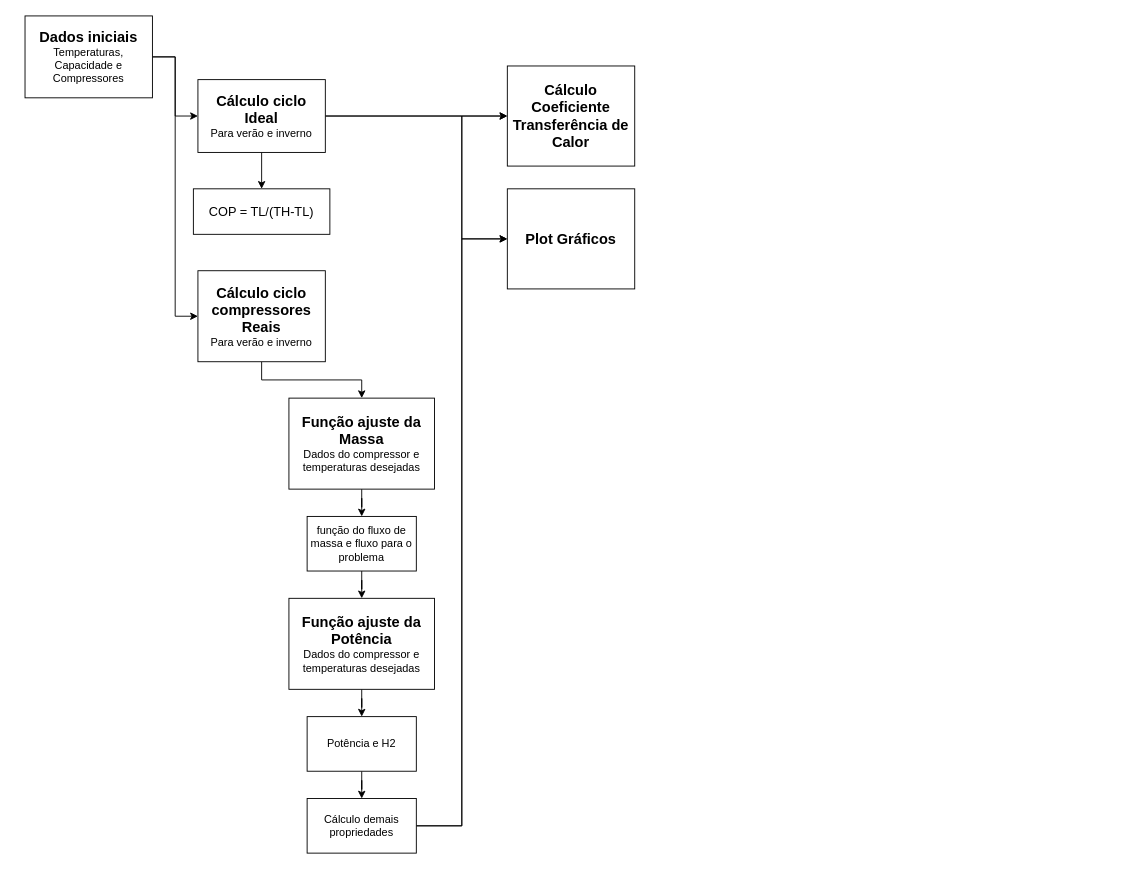
xXHeySisterXx/REF_Trabalhos keeps this draw.io diagram as Trab02/Diagrama/diagrama_calculos.drawio. Above is the earlier version. Source tidied: cells renumbered, new cells numbered last; positions are measured from the earlier drawing's top-left corner, leaving out a move shared by most shapes. Both pictures are drawn from the tidied source at 91%, with x=0, y=0 at pixel (25, 15).
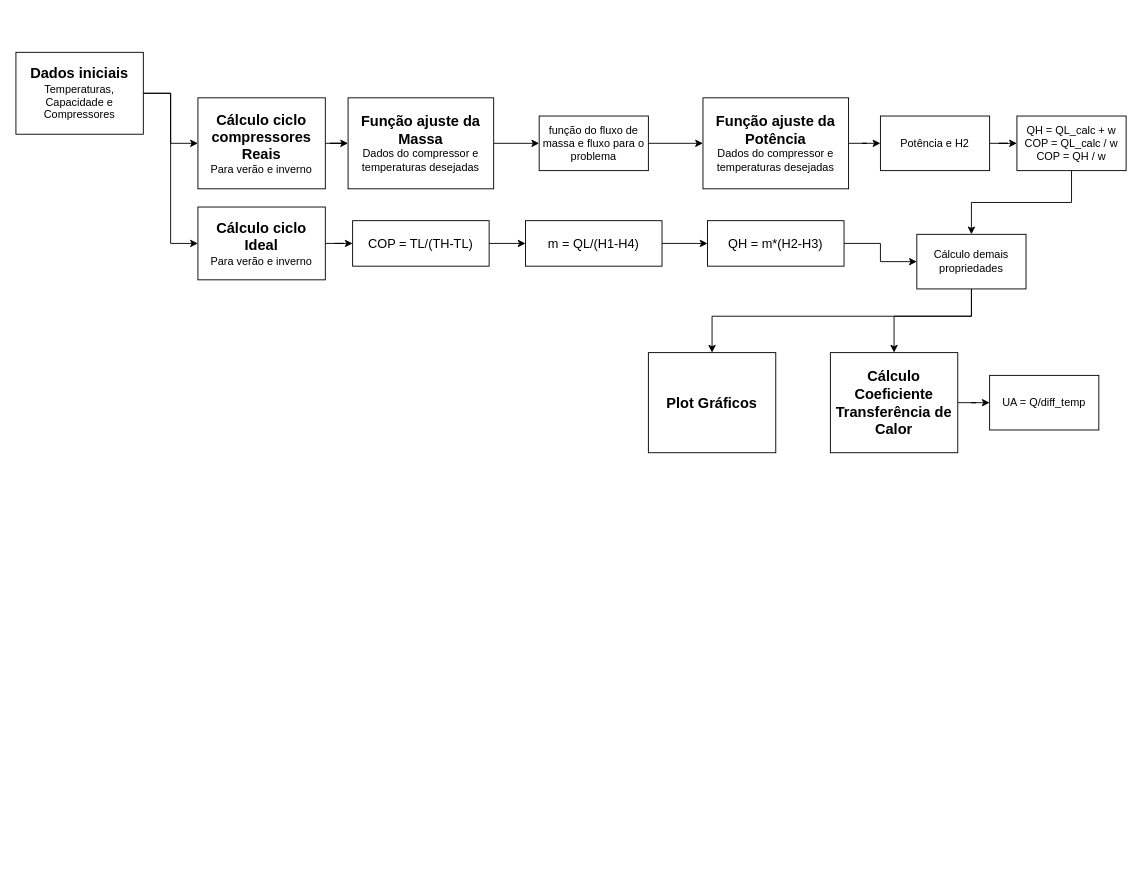
The same diagram, later.

Diff of the diagram source:
```diff
@@
+    <mxCell id="3" style="edgeStyle=orthogonalEdgeStyle;rounded=0;jettySize=auto;html=1;entryX=0;entryY=0.5;entryDx=0;entryDy=0;" parent="1" edge="1" source="4" target="11">
+      <mxGeometry relative="1" as="geometry" />
+    </mxCell>
-    <mxCell id="2" style="edgeStyle=orthogonalEdgeStyle;rounded=0;jettySize=auto;html=1;" parent="1" edge="1" source="4" target="8">
+    <mxCell id="2" style="edgeStyle=orthogonalEdgeStyle;rounded=0;jettySize=auto;html=1;entryX=0;entryY=0.5;entryDx=0;entryDy=0;" parent="1" edge="1" source="4" target="8">
       <mxGeometry relative="1" as="geometry" />
     </mxCell>
-    <mxCell id="3" style="edgeStyle=orthogonalEdgeStyle;rounded=0;jettySize=auto;html=1;entryX=0;entryY=0.5;entryDx=0;entryDy=0;" parent="1" edge="1" source="4" target="11">
-      <mxGeometry relative="1" as="geometry" />
-    </mxCell>
     <mxCell id="4" value="&lt;font style=&quot;font-size: 16px;&quot;&gt;&lt;b&gt;Dados iniciais&lt;/b&gt;&lt;/font&gt;&lt;div&gt;Temperaturas, Capacidade e Compressores&lt;/div&gt;" style="whiteSpace=wrap;html=1;" parent="1" vertex="1">
-      <mxGeometry width="140" height="90" as="geometry" />
+      <mxGeometry x="-10" y="40" width="140" height="90" as="geometry" />
     </mxCell>
@@
-    <mxCell id="6" style="edgeStyle=orthogonalEdgeStyle;rounded=0;jettySize=auto;html=1;entryX=0;entryY=0.5;entryDx=0;entryDy=0;" parent="1" edge="1" source="8" target="9">
-      <mxGeometry relative="1" as="geometry" />
-    </mxCell>
-    <mxCell id="7" style="edgeStyle=orthogonalEdgeStyle;rounded=0;jettySize=auto;html=1;entryX=0;entryY=0.5;entryDx=0;entryDy=0;" parent="1" edge="1" source="8" target="24">
-      <mxGeometry relative="1" as="geometry">
-        <Array as="points">
-          <mxPoint x="480" y="110" />
-          <mxPoint x="480" y="245" />
-        </Array>
-      </mxGeometry>
-    </mxCell>
     <mxCell id="8" value="&lt;b&gt;&lt;font style=&quot;font-size: 16px;&quot;&gt;Cálculo ciclo Ideal&lt;/font&gt;&lt;/b&gt;&lt;div&gt;Para verão e inverno&lt;/div&gt;" style="whiteSpace=wrap;html=1;" parent="1" vertex="1">
-      <mxGeometry x="190" y="70" width="140" height="80" as="geometry" />
+      <mxGeometry x="190" y="210" width="140" height="80" as="geometry" />
     </mxCell>
+    <mxCell id="25" style="edgeStyle=orthogonalEdgeStyle;rounded=0;jettySize=auto;html=1;" parent="1" edge="1" source="9" target="32">
+      <mxGeometry relative="1" as="geometry" />
+    </mxCell>
     <mxCell id="9" value="&lt;b&gt;&lt;font style=&quot;font-size: 16px;&quot;&gt;Cálculo Coeficiente Transferência de Calor&lt;/font&gt;&lt;/b&gt;" style="whiteSpace=wrap;html=1;" parent="1" vertex="1">
-      <mxGeometry x="530" y="55" width="140" height="110" as="geometry" />
+      <mxGeometry x="885" y="370" width="140" height="110" as="geometry" />
     </mxCell>
@@
     <mxCell id="11" value="&lt;b&gt;&lt;font style=&quot;font-size: 16px;&quot;&gt;Cálculo ciclo compressores Reais&lt;/font&gt;&lt;/b&gt;&lt;div&gt;Para verão e inverno&lt;/div&gt;" style="whiteSpace=wrap;html=1;" parent="1" vertex="1">
-      <mxGeometry x="190" y="280" width="140" height="100" as="geometry" />
+      <mxGeometry x="190" y="90" width="140" height="100" as="geometry" />
     </mxCell>
+    <mxCell id="26" style="edgeStyle=orthogonalEdgeStyle;rounded=0;jettySize=auto;html=1;" parent="1" edge="1" source="12" target="31">
+      <mxGeometry relative="1" as="geometry" />
+    </mxCell>
     <mxCell id="12" value="COP = TL/(TH-TL)" style="whiteSpace=wrap;html=1;fontSize=14;" parent="1" vertex="1">
-      <mxGeometry x="185" y="190" width="150" height="50" as="geometry" />
+      <mxGeometry x="360" y="225" width="150" height="50" as="geometry" />
     </mxCell>
@@
     <mxCell id="14" value="&lt;b&gt;&lt;font style=&quot;font-size: 16px;&quot;&gt;Função ajuste da Massa&lt;/font&gt;&lt;/b&gt;&lt;div&gt;Dados do compressor e temperaturas desejadas&lt;/div&gt;" style="whiteSpace=wrap;html=1;" parent="1" vertex="1">
-      <mxGeometry x="290" y="420" width="160" height="100" as="geometry" />
+      <mxGeometry x="355" y="90" width="160" height="100" as="geometry" />
     </mxCell>
@@
     <mxCell id="16" value="função do fluxo de massa e fluxo para o problema" style="whiteSpace=wrap;html=1;" parent="1" vertex="1">
-      <mxGeometry x="310" y="550" width="120" height="60" as="geometry" />
+      <mxGeometry x="565" y="110" width="120" height="60" as="geometry" />
     </mxCell>
@@
     <mxCell id="18" value="&lt;b&gt;&lt;font style=&quot;font-size: 16px;&quot;&gt;Função ajuste da Potência&lt;/font&gt;&lt;/b&gt;&lt;div&gt;Dados do compressor e temperaturas desejadas&lt;/div&gt;" style="whiteSpace=wrap;html=1;" parent="1" vertex="1">
-      <mxGeometry x="290" y="640" width="160" height="100" as="geometry" />
+      <mxGeometry x="745" y="90" width="160" height="100" as="geometry" />
     </mxCell>
-    <mxCell id="19" style="edgeStyle=orthogonalEdgeStyle;rounded=0;jettySize=auto;html=1;" parent="1" edge="1" source="20" target="23">
-      <mxGeometry relative="1" as="geometry" />
-    </mxCell>
+    <mxCell id="27" style="edgeStyle=orthogonalEdgeStyle;rounded=0;jettySize=auto;html=1;" parent="1" edge="1" source="20" target="34">
+      <mxGeometry relative="1" as="geometry" />
+    </mxCell>
     <mxCell id="20" value="Potência e H2" style="whiteSpace=wrap;html=1;" parent="1" vertex="1">
-      <mxGeometry x="310" y="770" width="120" height="60" as="geometry" />
+      <mxGeometry x="940" y="110" width="120" height="60" as="geometry" />
     </mxCell>
-    <mxCell id="21" style="edgeStyle=orthogonalEdgeStyle;rounded=0;jettySize=auto;html=1;entryX=0;entryY=0.5;entryDx=0;entryDy=0;" parent="1" edge="1" source="23" target="9">
-      <mxGeometry relative="1" as="geometry" />
+    <mxCell id="21" style="edgeStyle=orthogonalEdgeStyle;rounded=0;jettySize=auto;html=1;entryX=0.5;entryY=0;entryDx=0;entryDy=0;" parent="1" edge="1" source="23" target="9">
+      <mxGeometry relative="1" as="geometry">
+        <Array as="points">
+          <mxPoint x="1040" y="330" />
+          <mxPoint x="955" y="330" />
+        </Array>
+      </mxGeometry>
     </mxCell>
-    <mxCell id="22" style="edgeStyle=orthogonalEdgeStyle;rounded=0;jettySize=auto;html=1;entryX=0;entryY=0.5;entryDx=0;entryDy=0;" parent="1" edge="1" source="23" target="24">
-      <mxGeometry relative="1" as="geometry" />
+    <mxCell id="22" style="edgeStyle=orthogonalEdgeStyle;rounded=0;jettySize=auto;html=1;entryX=0.5;entryY=0;entryDx=0;entryDy=0;" parent="1" edge="1" source="23" target="24">
+      <mxGeometry relative="1" as="geometry">
+        <Array as="points">
+          <mxPoint x="1040" y="330" />
+          <mxPoint x="755" y="330" />
+        </Array>
+      </mxGeometry>
     </mxCell>
     <mxCell id="23" value="Cálculo demais propriedades" style="whiteSpace=wrap;html=1;" parent="1" vertex="1">
-      <mxGeometry x="310" y="860" width="120" height="60" as="geometry" />
+      <mxGeometry x="980" y="240" width="120" height="60" as="geometry" />
     </mxCell>
     <mxCell id="24" value="&lt;b&gt;&lt;font style=&quot;font-size: 16px;&quot;&gt;Plot Gráficos&lt;/font&gt;&lt;/b&gt;" style="whiteSpace=wrap;html=1;" parent="1" vertex="1">
-      <mxGeometry x="530" y="190" width="140" height="110" as="geometry" />
+      <mxGeometry x="685" y="370" width="140" height="110" as="geometry" />
     </mxCell>
+    <mxCell id="28" style="edgeStyle=orthogonalEdgeStyle;rounded=0;jettySize=auto;html=1;entryX=0;entryY=0.5;entryDx=0;entryDy=0;" parent="1" edge="1" source="29" target="23">
+      <mxGeometry relative="1" as="geometry" />
+    </mxCell>
+    <mxCell id="29" value="QH = m*(H2-H3)" style="whiteSpace=wrap;html=1;fontSize=14;" parent="1" vertex="1">
+      <mxGeometry x="750" y="225" width="150" height="50" as="geometry" />
+    </mxCell>
+    <mxCell id="30" style="edgeStyle=orthogonalEdgeStyle;rounded=0;jettySize=auto;html=1;" parent="1" edge="1" source="31" target="29">
+      <mxGeometry relative="1" as="geometry" />
+    </mxCell>
+    <mxCell id="31" value="m = QL/(H1-H4)" style="whiteSpace=wrap;html=1;fontSize=14;" parent="1" vertex="1">
+      <mxGeometry x="550" y="225" width="150" height="50" as="geometry" />
+    </mxCell>
+    <mxCell id="32" value="UA = Q/diff_temp" style="whiteSpace=wrap;html=1;" parent="1" vertex="1">
+      <mxGeometry x="1060" y="395" width="120" height="60" as="geometry" />
+    </mxCell>
+    <mxCell id="33" style="edgeStyle=orthogonalEdgeStyle;rounded=0;jettySize=auto;html=1;entryX=0.5;entryY=0;entryDx=0;entryDy=0;" parent="1" edge="1" source="34" target="23">
+      <mxGeometry relative="1" as="geometry" />
+    </mxCell>
+    <mxCell id="34" value="&lt;div&gt;QH = QL_calc + w&lt;/div&gt;&lt;div&gt;COP = QL_calc / w&lt;/div&gt;&lt;div&gt;COP = QH / w&lt;/div&gt;" style="whiteSpace=wrap;html=1;" parent="1" vertex="1">
+      <mxGeometry x="1090" y="110" width="120" height="60" as="geometry" />
+    </mxCell>
```
